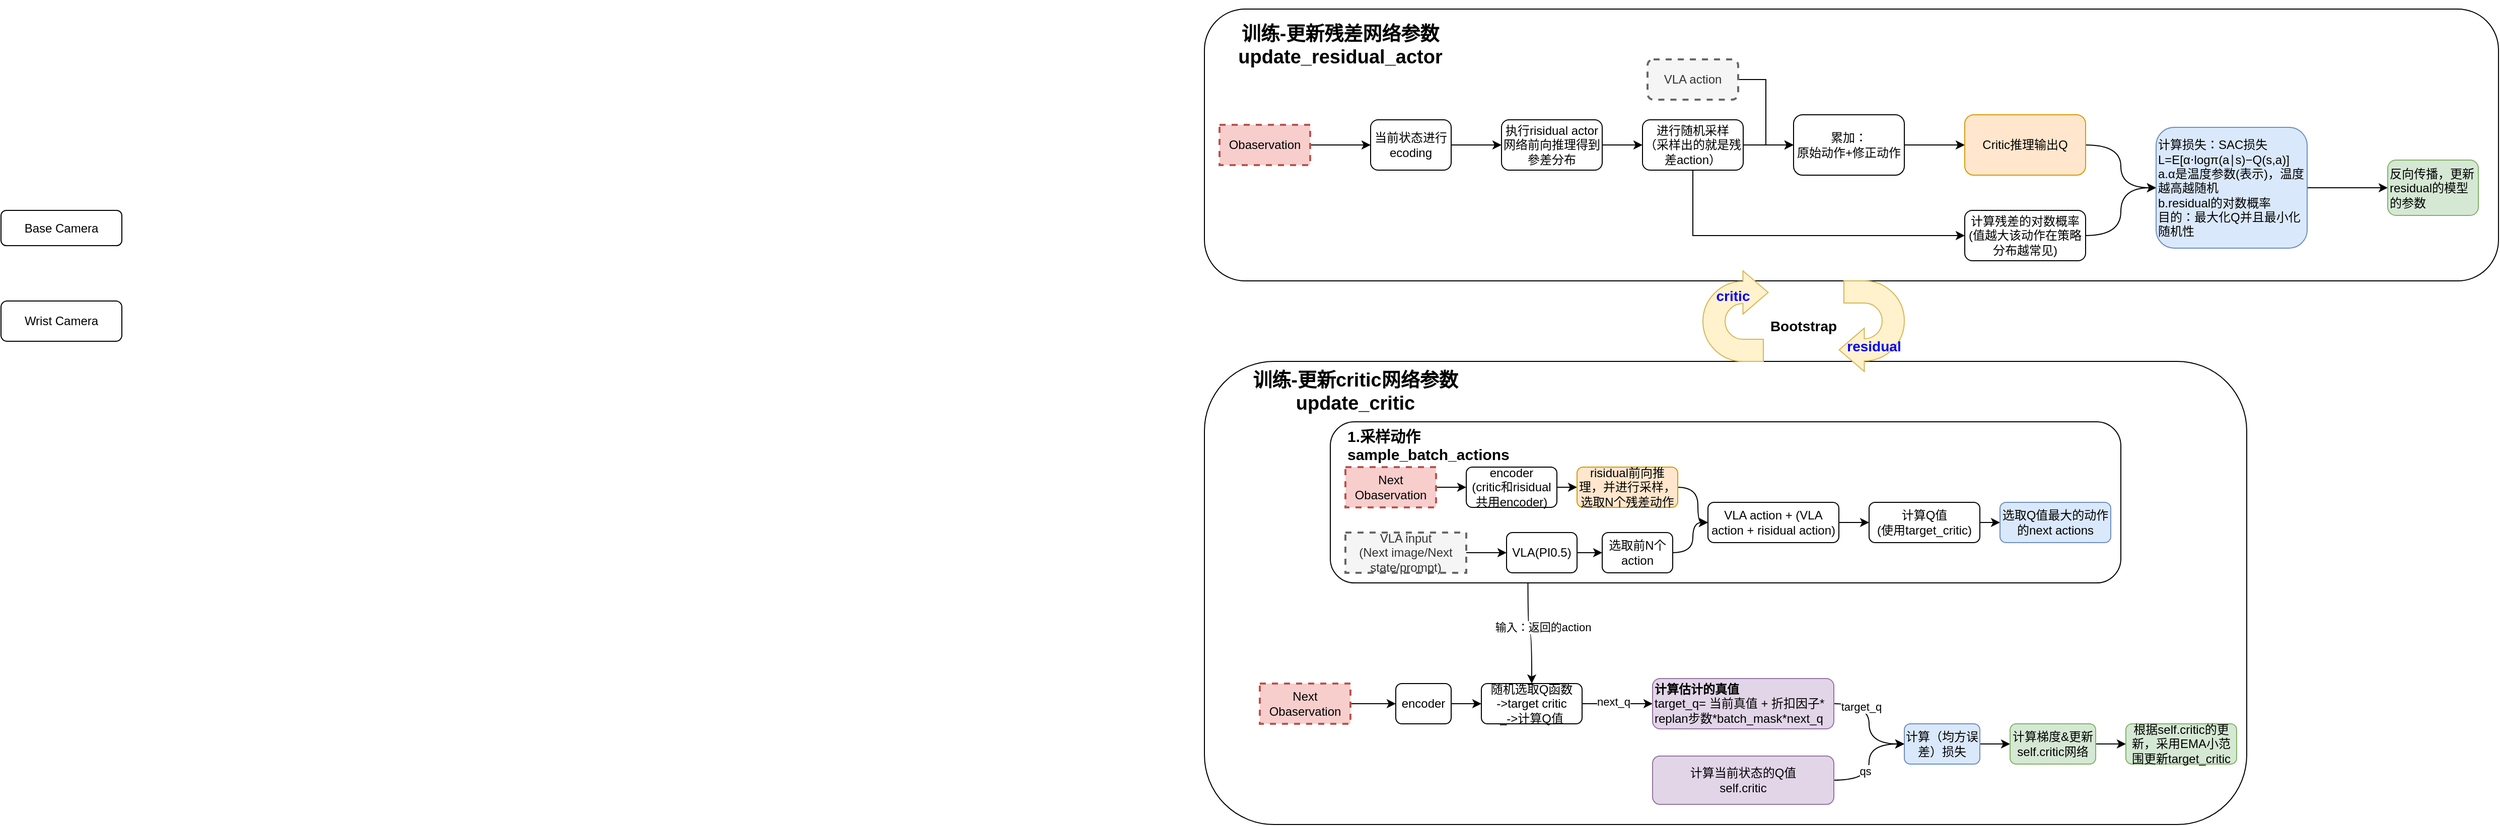
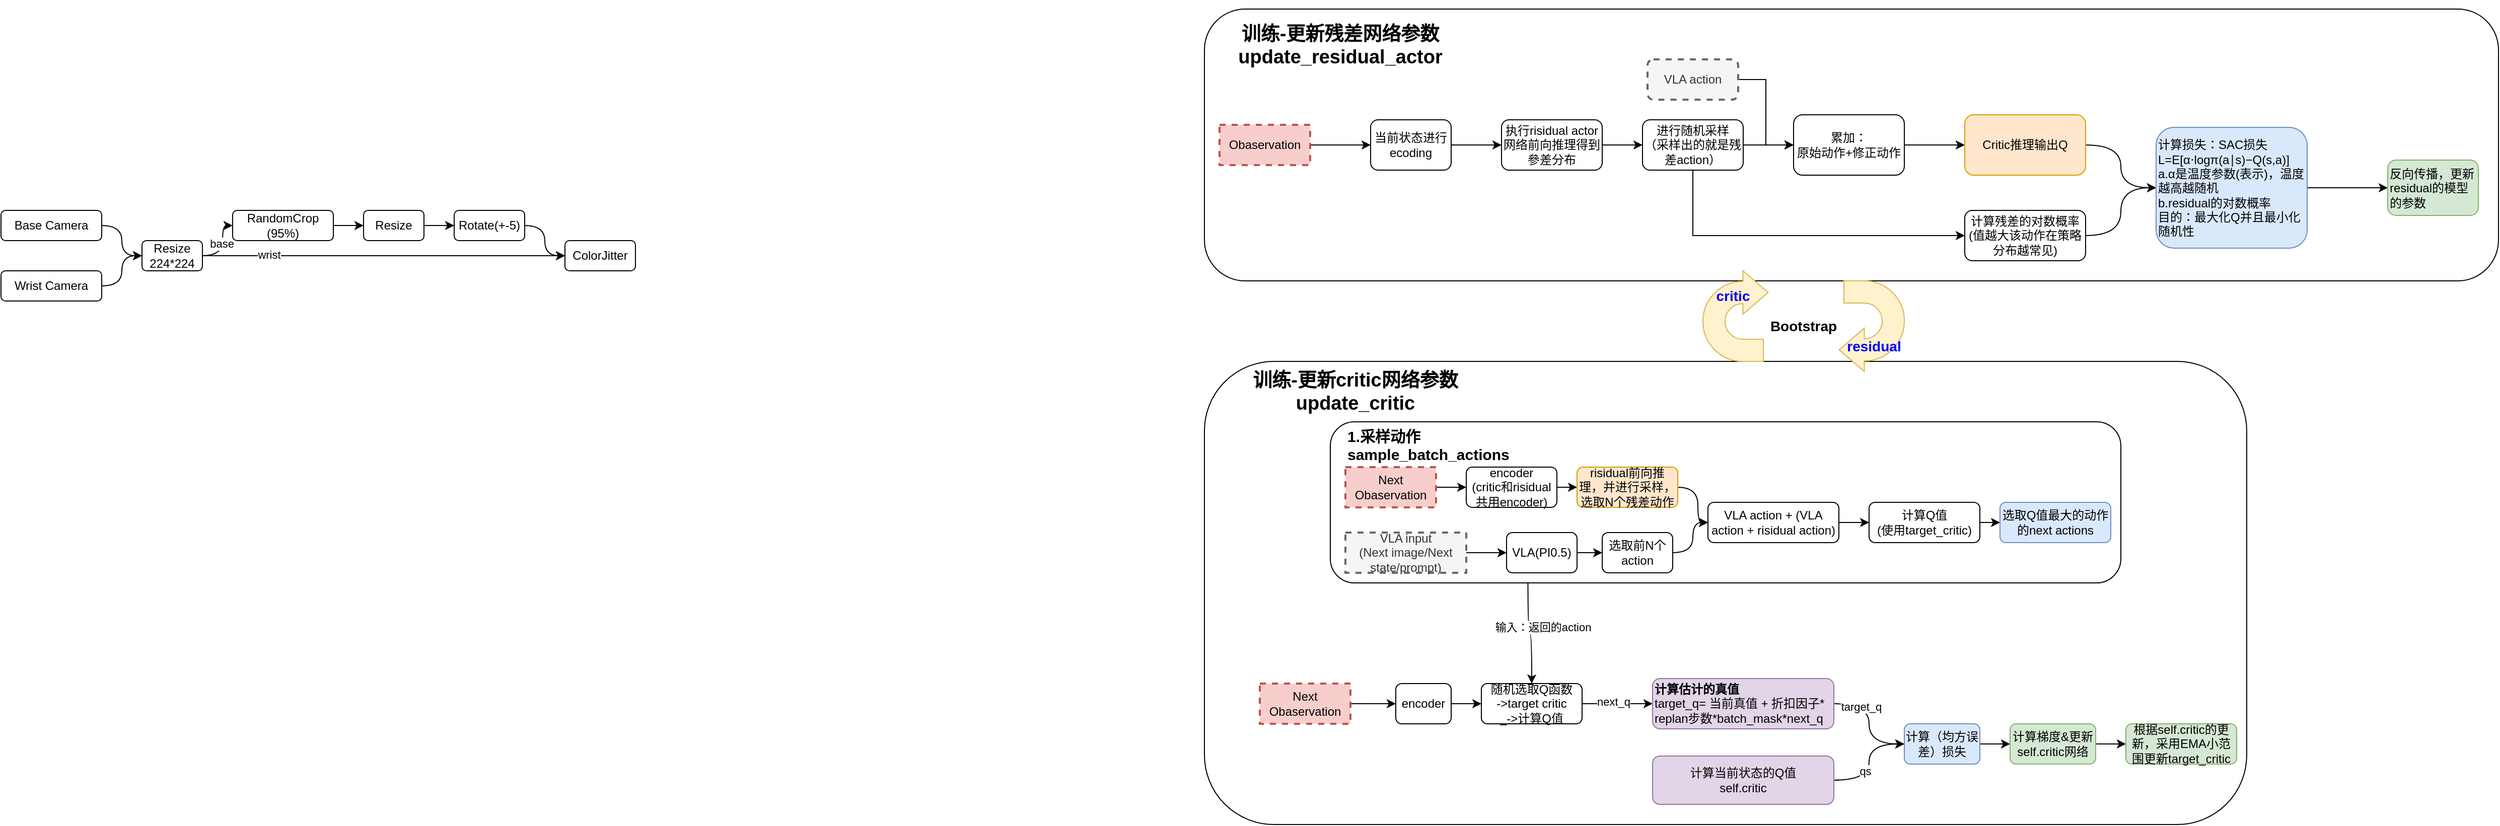
<mxfile host="app.diagrams.net">
  <diagram name="第 1 页" id="Xl2nalXjscSPXPMrPieM">
-     <mxGraphModel dx="1973" dy="906" grid="1" gridSize="10" guides="1" tooltips="1" connect="1" arrows="1" fold="1" page="1" pageScale="1" pageWidth="827" pageHeight="1169" math="0" shadow="0">
+     <mxGraphModel dx="2050" dy="1125" grid="1" gridSize="10" guides="1" tooltips="1" connect="1" arrows="1" fold="1" page="1" pageScale="1" pageWidth="827" pageHeight="1169" math="0" shadow="0">
      <root>
        <mxCell id="0" />
        <mxCell id="1" parent="0" />
        <mxCell id="5m5IZYSdE89hOnIhnB_D-75" parent="1" style="rounded=1;whiteSpace=wrap;html=1;" value="" vertex="1">
          <mxGeometry height="460" width="1035" x="-55" y="540" as="geometry" />
        </mxCell>
        <mxCell id="5m5IZYSdE89hOnIhnB_D-59" edge="1" parent="1" source="5m5IZYSdE89hOnIhnB_D-50" style="edgeStyle=orthogonalEdgeStyle;curved=1;rounded=0;orthogonalLoop=1;jettySize=auto;html=1;exitX=0.25;exitY=1;exitDx=0;exitDy=0;entryX=0.5;entryY=0;entryDx=0;entryDy=0;" target="5m5IZYSdE89hOnIhnB_D-56">
          <mxGeometry relative="1" as="geometry" />
        </mxCell>
        <mxCell id="5m5IZYSdE89hOnIhnB_D-60" connectable="0" parent="5m5IZYSdE89hOnIhnB_D-59" style="edgeLabel;html=1;align=center;verticalAlign=middle;resizable=0;points=[];" value="输入：返回的action" vertex="1">
          <mxGeometry relative="1" x="-0.1644" y="4" as="geometry">
            <mxPoint x="10" as="offset" />
          </mxGeometry>
        </mxCell>
        <mxCell id="5m5IZYSdE89hOnIhnB_D-22" parent="1" style="rounded=1;whiteSpace=wrap;html=1;" value="" vertex="1">
          <mxGeometry height="270" width="1285" x="-55" y="190" as="geometry" />
        </mxCell>
        <mxCell id="5m5IZYSdE89hOnIhnB_D-3" edge="1" parent="1" source="5m5IZYSdE89hOnIhnB_D-1" style="edgeStyle=orthogonalEdgeStyle;rounded=0;orthogonalLoop=1;jettySize=auto;html=1;" target="5m5IZYSdE89hOnIhnB_D-2" value="">
          <mxGeometry relative="1" as="geometry" />
        </mxCell>
        <mxCell id="5m5IZYSdE89hOnIhnB_D-1" parent="1" style="rounded=1;whiteSpace=wrap;html=1;" value="当前状态进行ecoding" vertex="1">
          <mxGeometry height="50" width="80" x="110" y="300" as="geometry" />
        </mxCell>
        <mxCell id="5m5IZYSdE89hOnIhnB_D-5" edge="1" parent="1" source="5m5IZYSdE89hOnIhnB_D-2" style="edgeStyle=orthogonalEdgeStyle;rounded=0;orthogonalLoop=1;jettySize=auto;html=1;" target="5m5IZYSdE89hOnIhnB_D-4" value="">
          <mxGeometry relative="1" as="geometry" />
        </mxCell>
        <mxCell id="5m5IZYSdE89hOnIhnB_D-2" parent="1" style="rounded=1;whiteSpace=wrap;html=1;" value="执行risidual actor网络前向推理得到參差分布" vertex="1">
          <mxGeometry height="50" width="100" x="240" y="300" as="geometry" />
        </mxCell>
        <mxCell id="5m5IZYSdE89hOnIhnB_D-7" edge="1" parent="1" source="5m5IZYSdE89hOnIhnB_D-4" style="edgeStyle=orthogonalEdgeStyle;rounded=0;orthogonalLoop=1;jettySize=auto;html=1;exitX=0.5;exitY=1;exitDx=0;exitDy=0;entryX=0;entryY=0.5;entryDx=0;entryDy=0;" target="5m5IZYSdE89hOnIhnB_D-6" value="">
          <mxGeometry relative="1" as="geometry" />
        </mxCell>
        <mxCell id="5m5IZYSdE89hOnIhnB_D-14" edge="1" parent="1" source="5m5IZYSdE89hOnIhnB_D-4" style="edgeStyle=orthogonalEdgeStyle;rounded=0;orthogonalLoop=1;jettySize=auto;html=1;exitX=1;exitY=0.5;exitDx=0;exitDy=0;entryX=0;entryY=0.5;entryDx=0;entryDy=0;" target="5m5IZYSdE89hOnIhnB_D-12">
          <mxGeometry relative="1" as="geometry" />
        </mxCell>
        <mxCell id="5m5IZYSdE89hOnIhnB_D-4" parent="1" style="rounded=1;whiteSpace=wrap;html=1;" value="进行随机采样&lt;br&gt;（采样出的就是残差action）" vertex="1">
          <mxGeometry height="50" width="100" x="380" y="300" as="geometry" />
        </mxCell>
        <mxCell id="5m5IZYSdE89hOnIhnB_D-19" edge="1" parent="1" source="5m5IZYSdE89hOnIhnB_D-6" style="edgeStyle=orthogonalEdgeStyle;rounded=0;orthogonalLoop=1;jettySize=auto;html=1;exitX=1;exitY=0.5;exitDx=0;exitDy=0;entryX=0;entryY=0.5;entryDx=0;entryDy=0;curved=1;" target="5m5IZYSdE89hOnIhnB_D-17">
          <mxGeometry relative="1" as="geometry" />
        </mxCell>
        <mxCell id="5m5IZYSdE89hOnIhnB_D-6" parent="1" style="rounded=1;whiteSpace=wrap;html=1;" value="计算残差的对数概率&lt;br&gt;(值越大该动作在策略分布越常见)" vertex="1">
          <mxGeometry height="50" width="120" x="700" y="390" as="geometry" />
        </mxCell>
        <mxCell id="5m5IZYSdE89hOnIhnB_D-9" edge="1" parent="1" source="5m5IZYSdE89hOnIhnB_D-8" style="edgeStyle=orthogonalEdgeStyle;rounded=0;orthogonalLoop=1;jettySize=auto;html=1;exitX=1;exitY=0.5;exitDx=0;exitDy=0;entryX=0;entryY=0.5;entryDx=0;entryDy=0;" target="5m5IZYSdE89hOnIhnB_D-1">
          <mxGeometry relative="1" as="geometry" />
        </mxCell>
        <mxCell id="5m5IZYSdE89hOnIhnB_D-8" parent="1" style="rounded=0;whiteSpace=wrap;html=1;fillColor=#f8cecc;strokeColor=#b85450;dashed=1;strokeWidth=2;" value="Obaservation" vertex="1">
          <mxGeometry height="40" width="90" x="-40" y="305" as="geometry" />
        </mxCell>
        <mxCell id="5m5IZYSdE89hOnIhnB_D-13" edge="1" parent="1" source="5m5IZYSdE89hOnIhnB_D-10" style="edgeStyle=orthogonalEdgeStyle;rounded=0;orthogonalLoop=1;jettySize=auto;html=1;exitX=1;exitY=0.5;exitDx=0;exitDy=0;entryX=0;entryY=0.5;entryDx=0;entryDy=0;" target="5m5IZYSdE89hOnIhnB_D-12">
          <mxGeometry relative="1" as="geometry" />
        </mxCell>
        <mxCell id="5m5IZYSdE89hOnIhnB_D-10" parent="1" style="rounded=1;whiteSpace=wrap;html=1;fillColor=#f5f5f5;fontColor=#333333;strokeColor=#666666;dashed=1;strokeWidth=2;" value="VLA action" vertex="1">
          <mxGeometry height="40" width="90" x="385" y="240" as="geometry" />
        </mxCell>
        <mxCell id="5m5IZYSdE89hOnIhnB_D-16" edge="1" parent="1" source="5m5IZYSdE89hOnIhnB_D-12" style="edgeStyle=orthogonalEdgeStyle;rounded=0;orthogonalLoop=1;jettySize=auto;html=1;exitX=1;exitY=0.5;exitDx=0;exitDy=0;entryX=0;entryY=0.5;entryDx=0;entryDy=0;" target="5m5IZYSdE89hOnIhnB_D-15">
          <mxGeometry relative="1" as="geometry" />
        </mxCell>
        <mxCell id="5m5IZYSdE89hOnIhnB_D-12" parent="1" style="rounded=1;whiteSpace=wrap;html=1;" value="累加：&lt;br&gt;原始动作+修正动作" vertex="1">
          <mxGeometry height="60" width="110" x="530" y="295" as="geometry" />
        </mxCell>
        <mxCell id="5m5IZYSdE89hOnIhnB_D-18" edge="1" parent="1" source="5m5IZYSdE89hOnIhnB_D-15" style="edgeStyle=orthogonalEdgeStyle;rounded=0;orthogonalLoop=1;jettySize=auto;html=1;exitX=1;exitY=0.5;exitDx=0;exitDy=0;entryX=0;entryY=0.5;entryDx=0;entryDy=0;curved=1;" target="5m5IZYSdE89hOnIhnB_D-17">
          <mxGeometry relative="1" as="geometry" />
        </mxCell>
        <mxCell id="5m5IZYSdE89hOnIhnB_D-15" parent="1" style="rounded=1;whiteSpace=wrap;html=1;fillColor=#ffe6cc;strokeColor=#d79b00;" value="Critic推理输出Q" vertex="1">
          <mxGeometry height="60" width="120" x="700" y="295" as="geometry" />
        </mxCell>
        <mxCell id="5m5IZYSdE89hOnIhnB_D-21" edge="1" parent="1" source="5m5IZYSdE89hOnIhnB_D-17" style="edgeStyle=orthogonalEdgeStyle;curved=1;rounded=0;orthogonalLoop=1;jettySize=auto;html=1;" target="5m5IZYSdE89hOnIhnB_D-20" value="">
          <mxGeometry relative="1" as="geometry" />
        </mxCell>
        <mxCell id="5m5IZYSdE89hOnIhnB_D-17" parent="1" style="rounded=1;whiteSpace=wrap;html=1;align=left;fillColor=#dae8fc;strokeColor=#6c8ebf;" value="计算损失：SAC损失&lt;br&gt;L=E[α⋅logπ(a∣s)−Q(s,a)]&lt;div&gt;a.α是温度参数(表示)，温度越高越随机&lt;br&gt;b.residual的对数概率&lt;br&gt;目的：最大化Q并且最小化随机性&lt;/div&gt;" vertex="1">
          <mxGeometry height="120" width="150" x="890" y="307.5" as="geometry" />
        </mxCell>
        <mxCell id="5m5IZYSdE89hOnIhnB_D-20" parent="1" style="rounded=1;whiteSpace=wrap;html=1;align=left;fillColor=#d5e8d4;strokeColor=#82b366;" value="反向传播，更新residual的模型的参数" vertex="1">
          <mxGeometry height="55" width="90" x="1120" y="340" as="geometry" />
        </mxCell>
        <mxCell id="5m5IZYSdE89hOnIhnB_D-23" parent="1" style="text;html=1;whiteSpace=wrap;strokeColor=none;fillColor=none;align=center;verticalAlign=middle;rounded=0;fontStyle=1;fontSize=19;" value="&lt;br&gt;训练-更新残差网络参数update_residual_actor" vertex="1">
          <mxGeometry height="30" width="220" x="-30" y="200" as="geometry" />
        </mxCell>
        <mxCell id="5m5IZYSdE89hOnIhnB_D-55" edge="1" parent="1" source="5m5IZYSdE89hOnIhnB_D-53" style="edgeStyle=orthogonalEdgeStyle;curved=1;rounded=0;orthogonalLoop=1;jettySize=auto;html=1;exitX=1;exitY=0.5;exitDx=0;exitDy=0;entryX=0;entryY=0.5;entryDx=0;entryDy=0;" target="5m5IZYSdE89hOnIhnB_D-54">
          <mxGeometry relative="1" as="geometry" />
        </mxCell>
        <mxCell id="5m5IZYSdE89hOnIhnB_D-53" parent="1" style="rounded=0;whiteSpace=wrap;html=1;fillColor=#f8cecc;strokeColor=#b85450;dashed=1;strokeWidth=2;" value="Next&lt;br&gt;Obaservation" vertex="1">
          <mxGeometry height="40" width="90" y="860" as="geometry" />
        </mxCell>
        <mxCell id="5m5IZYSdE89hOnIhnB_D-57" edge="1" parent="1" source="5m5IZYSdE89hOnIhnB_D-54" style="edgeStyle=orthogonalEdgeStyle;curved=1;rounded=0;orthogonalLoop=1;jettySize=auto;html=1;" target="5m5IZYSdE89hOnIhnB_D-56" value="">
          <mxGeometry relative="1" as="geometry" />
        </mxCell>
        <mxCell id="5m5IZYSdE89hOnIhnB_D-54" parent="1" style="rounded=1;whiteSpace=wrap;html=1;strokeWidth=1;" value="encoder" vertex="1">
          <mxGeometry height="40" width="55" x="135" y="860" as="geometry" />
        </mxCell>
        <mxCell id="5m5IZYSdE89hOnIhnB_D-64" edge="1" parent="1" source="5m5IZYSdE89hOnIhnB_D-56" style="edgeStyle=orthogonalEdgeStyle;curved=1;rounded=0;orthogonalLoop=1;jettySize=auto;html=1;" target="5m5IZYSdE89hOnIhnB_D-63" value="">
          <mxGeometry relative="1" as="geometry" />
        </mxCell>
        <mxCell id="5m5IZYSdE89hOnIhnB_D-65" connectable="0" parent="5m5IZYSdE89hOnIhnB_D-64" style="edgeLabel;html=1;align=center;verticalAlign=middle;resizable=0;points=[];" value="next_q" vertex="1">
          <mxGeometry relative="1" x="-0.1202" y="2" as="geometry">
            <mxPoint as="offset" />
          </mxGeometry>
        </mxCell>
        <mxCell id="5m5IZYSdE89hOnIhnB_D-56" parent="1" style="rounded=1;whiteSpace=wrap;html=1;strokeWidth=1;" value="随机选取Q函数&lt;br&gt;-&amp;gt;target critic&lt;div&gt;_-&amp;gt;计算Q值&lt;/div&gt;" vertex="1">
          <mxGeometry height="40" width="100" x="220" y="860" as="geometry" />
        </mxCell>
        <mxCell id="5m5IZYSdE89hOnIhnB_D-67" edge="1" parent="1" source="5m5IZYSdE89hOnIhnB_D-63" style="edgeStyle=orthogonalEdgeStyle;curved=1;rounded=0;orthogonalLoop=1;jettySize=auto;html=1;" target="5m5IZYSdE89hOnIhnB_D-66" value="">
          <mxGeometry relative="1" as="geometry" />
        </mxCell>
        <mxCell id="5m5IZYSdE89hOnIhnB_D-70" connectable="0" parent="5m5IZYSdE89hOnIhnB_D-67" style="edgeLabel;html=1;align=center;verticalAlign=middle;resizable=0;points=[];" value="target_q" vertex="1">
          <mxGeometry relative="1" x="-0.5152" y="-3" as="geometry">
            <mxPoint as="offset" />
          </mxGeometry>
        </mxCell>
        <mxCell id="5m5IZYSdE89hOnIhnB_D-63" parent="1" style="rounded=1;whiteSpace=wrap;html=1;strokeWidth=1;align=left;fillColor=#e1d5e7;strokeColor=#9673a6;" value="&lt;b&gt;计算估计的真值&lt;/b&gt;&lt;br&gt;target_q= 当前真值 + 折扣因子* replan步数*batch_mask*next_q" vertex="1">
          <mxGeometry height="50" width="180" x="390" y="855" as="geometry" />
        </mxCell>
        <mxCell id="5m5IZYSdE89hOnIhnB_D-74" edge="1" parent="1" source="5m5IZYSdE89hOnIhnB_D-66" style="edgeStyle=orthogonalEdgeStyle;curved=1;rounded=0;orthogonalLoop=1;jettySize=auto;html=1;" target="5m5IZYSdE89hOnIhnB_D-73" value="">
          <mxGeometry relative="1" as="geometry" />
        </mxCell>
        <mxCell id="5m5IZYSdE89hOnIhnB_D-66" parent="1" style="whiteSpace=wrap;html=1;align=center;rounded=1;strokeWidth=1;fillColor=#dae8fc;strokeColor=#6c8ebf;" value="计算（均方误差）损失" vertex="1">
          <mxGeometry height="40" width="75" x="640" y="900" as="geometry" />
        </mxCell>
        <mxCell id="5m5IZYSdE89hOnIhnB_D-69" edge="1" parent="1" source="5m5IZYSdE89hOnIhnB_D-68" style="edgeStyle=orthogonalEdgeStyle;curved=1;rounded=0;orthogonalLoop=1;jettySize=auto;html=1;exitX=1;exitY=0.5;exitDx=0;exitDy=0;entryX=0;entryY=0.5;entryDx=0;entryDy=0;" target="5m5IZYSdE89hOnIhnB_D-66">
          <mxGeometry relative="1" as="geometry" />
        </mxCell>
        <mxCell id="5m5IZYSdE89hOnIhnB_D-72" connectable="0" parent="5m5IZYSdE89hOnIhnB_D-69" style="edgeLabel;html=1;align=center;verticalAlign=middle;resizable=0;points=[];" value="qs" vertex="1">
          <mxGeometry relative="1" x="-0.1592" y="4" as="geometry">
            <mxPoint as="offset" />
          </mxGeometry>
        </mxCell>
        <mxCell id="5m5IZYSdE89hOnIhnB_D-68" parent="1" style="rounded=1;whiteSpace=wrap;html=1;strokeWidth=1;fillColor=#e1d5e7;strokeColor=#9673a6;" value="计算当前状态的Q值&lt;br&gt;self.critic" vertex="1">
          <mxGeometry height="48" width="180" x="390" y="932" as="geometry" />
        </mxCell>
        <mxCell id="5m5IZYSdE89hOnIhnB_D-78" edge="1" parent="1" source="5m5IZYSdE89hOnIhnB_D-73" style="edgeStyle=orthogonalEdgeStyle;curved=1;rounded=0;orthogonalLoop=1;jettySize=auto;html=1;" target="5m5IZYSdE89hOnIhnB_D-77" value="">
          <mxGeometry relative="1" as="geometry" />
        </mxCell>
        <mxCell id="5m5IZYSdE89hOnIhnB_D-73" parent="1" style="whiteSpace=wrap;html=1;align=center;rounded=1;strokeWidth=1;fillColor=#d5e8d4;strokeColor=#82b366;" value="计算梯度&amp;amp;更新self.critic网络" vertex="1">
          <mxGeometry height="40" width="85" x="745" y="900" as="geometry" />
        </mxCell>
        <mxCell id="5m5IZYSdE89hOnIhnB_D-76" parent="1" style="text;html=1;whiteSpace=wrap;strokeColor=none;fillColor=none;align=center;verticalAlign=middle;rounded=0;fontStyle=1;fontSize=19;" value="训练-更新critic网络参数&lt;br&gt;update_critic" vertex="1">
          <mxGeometry height="40" width="220" x="-15" y="550" as="geometry" />
        </mxCell>
        <mxCell id="5m5IZYSdE89hOnIhnB_D-77" parent="1" style="whiteSpace=wrap;html=1;align=center;rounded=1;strokeWidth=1;fillColor=#d5e8d4;strokeColor=#82b366;" value="根据self.critic的更新，采用EMA小范围更新target_critic" vertex="1">
          <mxGeometry height="40" width="110" x="860" y="900" as="geometry" />
        </mxCell>
        <mxCell id="5m5IZYSdE89hOnIhnB_D-79" connectable="0" parent="1" style="group" value="" vertex="1">
          <mxGeometry height="160" width="785" x="70" y="600" as="geometry" />
        </mxCell>
        <mxCell id="5m5IZYSdE89hOnIhnB_D-50" parent="5m5IZYSdE89hOnIhnB_D-79" style="rounded=1;whiteSpace=wrap;html=1;" value="" vertex="1">
          <mxGeometry height="160" width="785" as="geometry" />
        </mxCell>
        <mxCell id="5m5IZYSdE89hOnIhnB_D-39" edge="1" parent="5m5IZYSdE89hOnIhnB_D-79" source="5m5IZYSdE89hOnIhnB_D-32" style="edgeStyle=orthogonalEdgeStyle;curved=1;rounded=0;orthogonalLoop=1;jettySize=auto;html=1;exitX=1;exitY=0.5;exitDx=0;exitDy=0;entryX=0;entryY=0.5;entryDx=0;entryDy=0;" target="5m5IZYSdE89hOnIhnB_D-38">
          <mxGeometry relative="1" as="geometry" />
        </mxCell>
        <mxCell id="5m5IZYSdE89hOnIhnB_D-32" parent="5m5IZYSdE89hOnIhnB_D-79" style="rounded=0;whiteSpace=wrap;html=1;fillColor=#f8cecc;strokeColor=#b85450;dashed=1;strokeWidth=2;" value="Next&lt;br&gt;Obaservation" vertex="1">
          <mxGeometry height="40" width="90" x="15" y="45" as="geometry" />
        </mxCell>
        <mxCell id="5m5IZYSdE89hOnIhnB_D-35" edge="1" parent="5m5IZYSdE89hOnIhnB_D-79" source="5m5IZYSdE89hOnIhnB_D-33" style="edgeStyle=orthogonalEdgeStyle;curved=1;rounded=0;orthogonalLoop=1;jettySize=auto;html=1;" target="5m5IZYSdE89hOnIhnB_D-34" value="">
          <mxGeometry relative="1" as="geometry" />
        </mxCell>
        <mxCell id="5m5IZYSdE89hOnIhnB_D-33" parent="5m5IZYSdE89hOnIhnB_D-79" style="rounded=0;whiteSpace=wrap;html=1;fillColor=#f5f5f5;fontColor=#333333;strokeColor=#666666;dashed=1;strokeWidth=2;" value="VLA input&lt;br&gt;(Next image/Next state/prompt)" vertex="1">
          <mxGeometry height="40" width="120" x="15" y="110" as="geometry" />
        </mxCell>
        <mxCell id="5m5IZYSdE89hOnIhnB_D-37" edge="1" parent="5m5IZYSdE89hOnIhnB_D-79" source="5m5IZYSdE89hOnIhnB_D-34" style="edgeStyle=orthogonalEdgeStyle;curved=1;rounded=0;orthogonalLoop=1;jettySize=auto;html=1;" target="5m5IZYSdE89hOnIhnB_D-36" value="">
          <mxGeometry relative="1" as="geometry" />
        </mxCell>
        <mxCell id="5m5IZYSdE89hOnIhnB_D-34" parent="5m5IZYSdE89hOnIhnB_D-79" style="rounded=1;whiteSpace=wrap;html=1;strokeWidth=1;" value="VLA(PI0.5)" vertex="1">
          <mxGeometry height="40" width="70" x="175" y="110" as="geometry" />
        </mxCell>
        <mxCell id="5m5IZYSdE89hOnIhnB_D-44" edge="1" parent="5m5IZYSdE89hOnIhnB_D-79" source="5m5IZYSdE89hOnIhnB_D-36" style="edgeStyle=orthogonalEdgeStyle;curved=1;rounded=0;orthogonalLoop=1;jettySize=auto;html=1;exitX=1;exitY=0.5;exitDx=0;exitDy=0;entryX=0;entryY=0.5;entryDx=0;entryDy=0;" target="5m5IZYSdE89hOnIhnB_D-43">
          <mxGeometry relative="1" as="geometry" />
        </mxCell>
        <mxCell id="5m5IZYSdE89hOnIhnB_D-36" parent="5m5IZYSdE89hOnIhnB_D-79" style="rounded=1;whiteSpace=wrap;html=1;strokeWidth=1;" value="选取前N个action" vertex="1">
          <mxGeometry height="40" width="70" x="270" y="110" as="geometry" />
        </mxCell>
        <mxCell id="5m5IZYSdE89hOnIhnB_D-41" edge="1" parent="5m5IZYSdE89hOnIhnB_D-79" source="5m5IZYSdE89hOnIhnB_D-38" style="edgeStyle=orthogonalEdgeStyle;curved=1;rounded=0;orthogonalLoop=1;jettySize=auto;html=1;" target="5m5IZYSdE89hOnIhnB_D-40" value="">
          <mxGeometry relative="1" as="geometry" />
        </mxCell>
        <mxCell id="5m5IZYSdE89hOnIhnB_D-38" parent="5m5IZYSdE89hOnIhnB_D-79" style="rounded=1;whiteSpace=wrap;html=1;strokeWidth=1;" value="encoder&lt;div&gt;(critic和risidual共用encoder)&lt;/div&gt;" vertex="1">
          <mxGeometry height="40" width="90" x="135" y="45" as="geometry" />
        </mxCell>
        <mxCell id="5m5IZYSdE89hOnIhnB_D-45" edge="1" parent="5m5IZYSdE89hOnIhnB_D-79" source="5m5IZYSdE89hOnIhnB_D-40" style="edgeStyle=orthogonalEdgeStyle;curved=1;rounded=0;orthogonalLoop=1;jettySize=auto;html=1;exitX=1;exitY=0.5;exitDx=0;exitDy=0;entryX=0;entryY=0.5;entryDx=0;entryDy=0;" target="5m5IZYSdE89hOnIhnB_D-43">
          <mxGeometry relative="1" as="geometry" />
        </mxCell>
        <mxCell id="5m5IZYSdE89hOnIhnB_D-40" parent="5m5IZYSdE89hOnIhnB_D-79" style="rounded=1;whiteSpace=wrap;html=1;strokeWidth=1;fillColor=#ffe6cc;strokeColor=#d79b00;" value="risidual前向推理，并进行采样，选取N个残差动作" vertex="1">
          <mxGeometry height="40" width="100" x="245" y="45" as="geometry" />
        </mxCell>
        <mxCell id="5m5IZYSdE89hOnIhnB_D-47" edge="1" parent="5m5IZYSdE89hOnIhnB_D-79" source="5m5IZYSdE89hOnIhnB_D-43" style="edgeStyle=orthogonalEdgeStyle;curved=1;rounded=0;orthogonalLoop=1;jettySize=auto;html=1;exitX=1;exitY=0.5;exitDx=0;exitDy=0;entryX=0;entryY=0.5;entryDx=0;entryDy=0;" target="5m5IZYSdE89hOnIhnB_D-46">
          <mxGeometry relative="1" as="geometry" />
        </mxCell>
        <mxCell id="5m5IZYSdE89hOnIhnB_D-43" parent="5m5IZYSdE89hOnIhnB_D-79" style="rounded=1;whiteSpace=wrap;html=1;strokeWidth=1;" value="VLA action + (VLA action + risidual action)" vertex="1">
          <mxGeometry height="40" width="130" x="375" y="80" as="geometry" />
        </mxCell>
        <mxCell id="5m5IZYSdE89hOnIhnB_D-49" edge="1" parent="5m5IZYSdE89hOnIhnB_D-79" source="5m5IZYSdE89hOnIhnB_D-46" style="edgeStyle=orthogonalEdgeStyle;curved=1;rounded=0;orthogonalLoop=1;jettySize=auto;html=1;" target="5m5IZYSdE89hOnIhnB_D-48" value="">
          <mxGeometry relative="1" as="geometry" />
        </mxCell>
        <mxCell id="5m5IZYSdE89hOnIhnB_D-46" parent="5m5IZYSdE89hOnIhnB_D-79" style="rounded=1;whiteSpace=wrap;html=1;strokeWidth=1;" value="计算Q值&lt;br&gt;(使用target_critic)" vertex="1">
          <mxGeometry height="40" width="110" x="535" y="80" as="geometry" />
        </mxCell>
        <mxCell id="5m5IZYSdE89hOnIhnB_D-48" parent="5m5IZYSdE89hOnIhnB_D-79" style="rounded=1;whiteSpace=wrap;html=1;strokeWidth=1;fillColor=#dae8fc;strokeColor=#6c8ebf;" value="选取Q值最大的动作&lt;br&gt;的next actions" vertex="1">
          <mxGeometry height="40" width="110" x="665" y="80" as="geometry" />
        </mxCell>
        <mxCell id="5m5IZYSdE89hOnIhnB_D-51" parent="5m5IZYSdE89hOnIhnB_D-79" style="text;html=1;whiteSpace=wrap;strokeColor=none;fillColor=none;align=left;verticalAlign=middle;rounded=0;fontStyle=1;fontSize=15;" value="1.采样动作&lt;br&gt;sample_batch_actions" vertex="1">
          <mxGeometry height="30" width="220" x="15" y="8" as="geometry" />
        </mxCell>
        <mxCell id="5m5IZYSdE89hOnIhnB_D-82" parent="1" style="html=1;shadow=0;dashed=0;align=center;verticalAlign=middle;shape=mxgraph.arrows2.uTurnArrow;dy=11;arrowHead=43;dx2=25;fillColor=#fff2cc;strokeColor=#d6b656;" value="" vertex="1">
          <mxGeometry height="90" width="60" x="440" y="450" as="geometry" />
        </mxCell>
        <mxCell id="5m5IZYSdE89hOnIhnB_D-83" parent="1" style="html=1;shadow=0;dashed=0;align=center;verticalAlign=middle;shape=mxgraph.arrows2.uTurnArrow;dy=11;arrowHead=43;dx2=25;rotation=-180;fillColor=#fff2cc;strokeColor=#d6b656;" value="&amp;nbsp; " vertex="1">
          <mxGeometry height="90" width="60" x="580" y="460" as="geometry" />
        </mxCell>
        <mxCell id="5m5IZYSdE89hOnIhnB_D-84" parent="1" style="text;html=1;whiteSpace=wrap;strokeColor=none;fillColor=none;align=center;verticalAlign=middle;rounded=0;fontStyle=1;fontSize=14;" value="Bootstrap" vertex="1">
          <mxGeometry height="30" width="60" x="510" y="490" as="geometry" />
        </mxCell>
        <mxCell id="5m5IZYSdE89hOnIhnB_D-85" parent="1" style="text;html=1;whiteSpace=wrap;strokeColor=none;fillColor=none;align=center;verticalAlign=middle;rounded=0;fontStyle=1;fontColor=#0000FF;fontSize=14;" value="critic" vertex="1">
          <mxGeometry height="30" width="60" x="440" y="460" as="geometry" />
        </mxCell>
        <mxCell id="5m5IZYSdE89hOnIhnB_D-86" parent="1" style="text;html=1;whiteSpace=wrap;strokeColor=none;fillColor=none;align=center;verticalAlign=middle;rounded=0;fontStyle=1;fontColor=#0000FF;fontSize=14;" value="residual" vertex="1">
          <mxGeometry height="30" width="60" x="580" y="510" as="geometry" />
        </mxCell>
+         <mxCell id="5m5IZYSdE89hOnIhnB_D-99" edge="1" parent="1" source="5m5IZYSdE89hOnIhnB_D-87" style="edgeStyle=orthogonalEdgeStyle;curved=1;rounded=0;orthogonalLoop=1;jettySize=auto;html=1;exitX=1;exitY=0.5;exitDx=0;exitDy=0;entryX=0;entryY=0.5;entryDx=0;entryDy=0;" target="5m5IZYSdE89hOnIhnB_D-89">
+           <mxGeometry relative="1" as="geometry" />
+         </mxCell>
        <mxCell id="5m5IZYSdE89hOnIhnB_D-87" parent="1" style="rounded=1;whiteSpace=wrap;html=1;" value="Base Camera" vertex="1">
-           <mxGeometry height="35" width="120" x="-1250" y="390" as="geometry" />
+           <mxGeometry height="30" width="100" x="-1250" y="390" as="geometry" />
+         </mxCell>
+         <mxCell id="5m5IZYSdE89hOnIhnB_D-98" edge="1" parent="1" source="5m5IZYSdE89hOnIhnB_D-88" style="edgeStyle=orthogonalEdgeStyle;curved=1;rounded=0;orthogonalLoop=1;jettySize=auto;html=1;exitX=1;exitY=0.5;exitDx=0;exitDy=0;entryX=0;entryY=0.5;entryDx=0;entryDy=0;" target="5m5IZYSdE89hOnIhnB_D-89">
+           <mxGeometry relative="1" as="geometry" />
        </mxCell>
        <mxCell id="5m5IZYSdE89hOnIhnB_D-88" parent="1" style="rounded=1;whiteSpace=wrap;html=1;" value="Wrist Camera" vertex="1">
-           <mxGeometry height="40" width="120" x="-1250" y="480" as="geometry" />
+           <mxGeometry height="30" width="100" x="-1250" y="450" as="geometry" />
+         </mxCell>
+         <mxCell id="5m5IZYSdE89hOnIhnB_D-97" edge="1" parent="1" source="5m5IZYSdE89hOnIhnB_D-89" style="edgeStyle=orthogonalEdgeStyle;curved=1;rounded=0;orthogonalLoop=1;jettySize=auto;html=1;exitX=1;exitY=0.5;exitDx=0;exitDy=0;entryX=0;entryY=0.5;entryDx=0;entryDy=0;" target="5m5IZYSdE89hOnIhnB_D-90">
+           <mxGeometry relative="1" as="geometry" />
+         </mxCell>
+         <mxCell id="5m5IZYSdE89hOnIhnB_D-101" connectable="0" parent="5m5IZYSdE89hOnIhnB_D-97" style="edgeLabel;html=1;align=center;verticalAlign=middle;resizable=0;points=[];" value="base" vertex="1">
+           <mxGeometry relative="1" x="0.0815" y="1" as="geometry">
+             <mxPoint as="offset" />
+           </mxGeometry>
+         </mxCell>
+         <mxCell id="5m5IZYSdE89hOnIhnB_D-100" edge="1" parent="1" source="5m5IZYSdE89hOnIhnB_D-89" style="edgeStyle=orthogonalEdgeStyle;curved=1;rounded=0;orthogonalLoop=1;jettySize=auto;html=1;exitX=1;exitY=0.5;exitDx=0;exitDy=0;entryX=0;entryY=0.5;entryDx=0;entryDy=0;" target="5m5IZYSdE89hOnIhnB_D-95">
+           <mxGeometry relative="1" as="geometry" />
+         </mxCell>
+         <mxCell id="5m5IZYSdE89hOnIhnB_D-102" connectable="0" parent="5m5IZYSdE89hOnIhnB_D-100" style="edgeLabel;html=1;align=center;verticalAlign=middle;resizable=0;points=[];" value="wrist" vertex="1">
+           <mxGeometry relative="1" x="-0.634" y="1" as="geometry">
+             <mxPoint as="offset" />
+           </mxGeometry>
+         </mxCell>
+         <mxCell id="5m5IZYSdE89hOnIhnB_D-89" parent="1" style="rounded=1;whiteSpace=wrap;html=1;" value="Resize&lt;div&gt;224*224&lt;/div&gt;" vertex="1">
+           <mxGeometry height="30" width="60" x="-1110" y="420" as="geometry" />
+         </mxCell>
+         <mxCell id="5m5IZYSdE89hOnIhnB_D-92" edge="1" parent="1" source="5m5IZYSdE89hOnIhnB_D-90" style="edgeStyle=orthogonalEdgeStyle;curved=1;rounded=0;orthogonalLoop=1;jettySize=auto;html=1;" target="5m5IZYSdE89hOnIhnB_D-91" value="">
+           <mxGeometry relative="1" as="geometry" />
+         </mxCell>
+         <mxCell id="5m5IZYSdE89hOnIhnB_D-90" parent="1" style="rounded=1;whiteSpace=wrap;html=1;" value="RandomCrop&lt;br&gt;(95%)" vertex="1">
+           <mxGeometry height="30" width="100" x="-1020" y="390" as="geometry" />
+         </mxCell>
+         <mxCell id="5m5IZYSdE89hOnIhnB_D-94" edge="1" parent="1" source="5m5IZYSdE89hOnIhnB_D-91" style="edgeStyle=orthogonalEdgeStyle;curved=1;rounded=0;orthogonalLoop=1;jettySize=auto;html=1;" target="5m5IZYSdE89hOnIhnB_D-93" value="">
+           <mxGeometry relative="1" as="geometry" />
+         </mxCell>
+         <mxCell id="5m5IZYSdE89hOnIhnB_D-91" parent="1" style="rounded=1;whiteSpace=wrap;html=1;" value="Resize" vertex="1">
+           <mxGeometry height="30" width="60" x="-890" y="390" as="geometry" />
+         </mxCell>
+         <mxCell id="5m5IZYSdE89hOnIhnB_D-96" edge="1" parent="1" source="5m5IZYSdE89hOnIhnB_D-93" style="edgeStyle=orthogonalEdgeStyle;curved=1;rounded=0;orthogonalLoop=1;jettySize=auto;html=1;" target="5m5IZYSdE89hOnIhnB_D-95" value="">
+           <mxGeometry relative="1" as="geometry" />
+         </mxCell>
+         <mxCell id="5m5IZYSdE89hOnIhnB_D-93" parent="1" style="rounded=1;whiteSpace=wrap;html=1;" value="Rotate(+-5)" vertex="1">
+           <mxGeometry height="30" width="70" x="-800" y="390" as="geometry" />
+         </mxCell>
+         <mxCell id="5m5IZYSdE89hOnIhnB_D-95" parent="1" style="rounded=1;whiteSpace=wrap;html=1;" value="ColorJitter" vertex="1">
+           <mxGeometry height="30" width="70" x="-690" y="420" as="geometry" />
        </mxCell>
      </root>
    </mxGraphModel>
  </diagram>
</mxfile>
